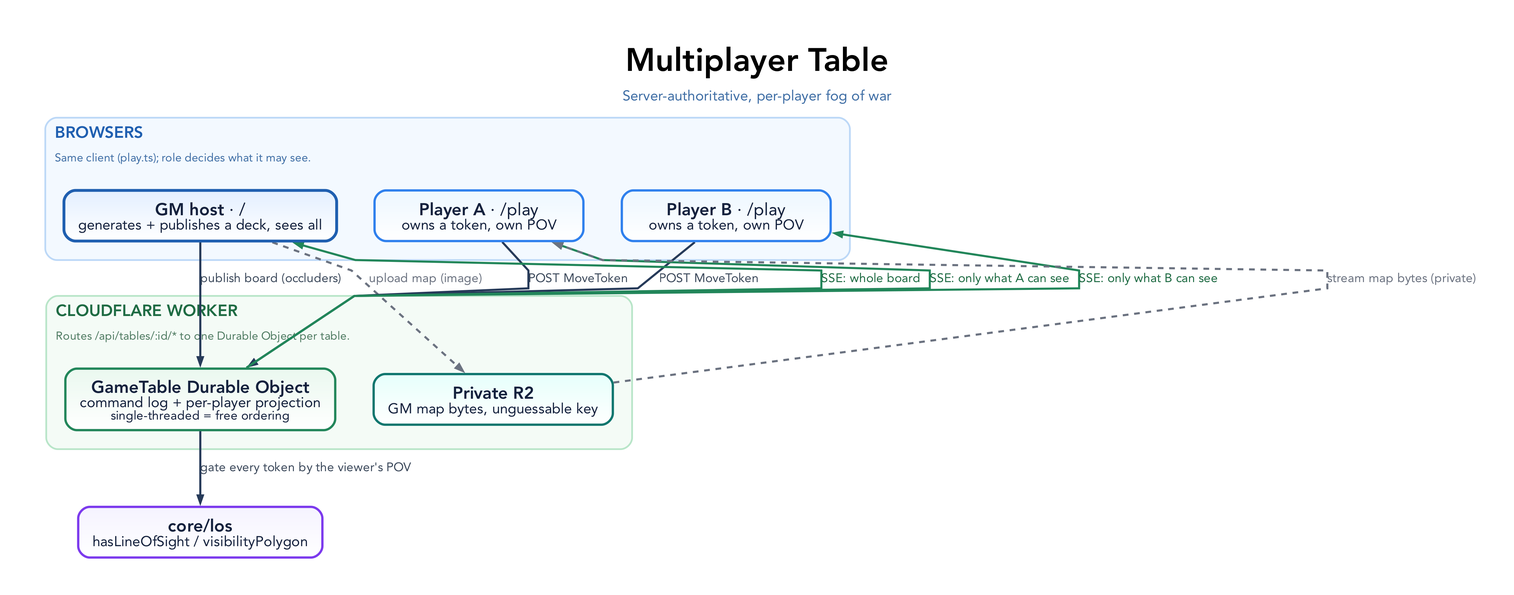
rgilks/line-of-sight keeps this Graphviz diagram as docs/diagrams/multiplayer-architecture.png. Above is the earlier version. Its source is kept beside it as docs/diagrams/multiplayer-architecture.dot. The source it was exported from:
```dot
digraph MultiplayerArchitecture {
  graph [
    rankdir=TB,
    bgcolor="#ffffff",
    pad="0.55",
    nodesep="0.55",
    ranksep="0.85",
    splines=polyline,
    outputorder=edgesfirst,
    compound=true,
    newrank=true,
    forcelabels=true,
    fontname="Avenir",
    label=<
      <TABLE BORDER="0" CELLBORDER="0" CELLSPACING="0" CELLPADDING="0">
        <TR><TD><FONT POINT-SIZE="34"><B>Multiplayer Table</B></FONT></TD></TR>
        <TR><TD><FONT POINT-SIZE="15" COLOR="#3f6ea5">Server-authoritative, per-player fog of war</FONT></TD></TR>
      </TABLE>
    >,
    labelloc=t,
    labeljust=c
  ];

  node [
    shape=box,
    style="rounded,filled",
    margin="0.21,0.13",
    width=3.05,
    height=0.74,
    fixedsize=false,
    fontname="Avenir",
    fontsize=18,
    penwidth=2.4,
    fontcolor="#14213d",
    color="#2264c7",
    fillcolor="#eaf3ff:#ffffff",
    gradientangle=270
  ];

  edge [
    color="#263a59",
    fontname="Avenir",
    fontsize=13,
    fontcolor="#3d4a5c",
    penwidth=2.2,
    arrowsize=0.78
  ];

  subgraph cluster_clients {
    graph [
      label=<
        <TABLE BORDER="0" CELLBORDER="0" CELLSPACING="0" CELLPADDING="2">
          <TR><TD ALIGN="LEFT"><FONT POINT-SIZE="17" COLOR="#1f5fb0"><B>BROWSERS</B></FONT></TD></TR>
          <TR><TD ALIGN="LEFT"><FONT POINT-SIZE="12" COLOR="#3f6ea5">Same client (play.ts); role decides what it may see.</FONT></TD></TR>
        </TABLE>
      >,
      labelloc=t,
      labeljust=l,
      color="#bcd8f7",
      fillcolor="#f3f9ff",
      style="rounded,filled",
      penwidth=1.8,
      margin=20
    ];

    HOST [label=<<B>GM host</B> · /<BR/><FONT POINT-SIZE="15">generates + publishes a deck, sees all</FONT>>, fillcolor="#e3efff:#ffffff", color="#1f5fb0", penwidth=3.0];
    P1 [label=<<B>Player A</B> · /play<BR/><FONT POINT-SIZE="15">owns a token, own POV</FONT>>, fillcolor="#edf7ff:#ffffff", color="#2f80ed"];
    P2 [label=<<B>Player B</B> · /play<BR/><FONT POINT-SIZE="15">owns a token, own POV</FONT>>, fillcolor="#edf7ff:#ffffff", color="#2f80ed"];
  }

  subgraph cluster_server {
    graph [
      label=<
        <TABLE BORDER="0" CELLBORDER="0" CELLSPACING="0" CELLPADDING="2">
          <TR><TD ALIGN="LEFT"><FONT POINT-SIZE="17" COLOR="#1e6b43"><B>CLOUDFLARE WORKER</B></FONT></TD></TR>
          <TR><TD ALIGN="LEFT"><FONT POINT-SIZE="12" COLOR="#4e7a61">Routes /api/tables/:id/* to one Durable Object per table.</FONT></TD></TR>
        </TABLE>
      >,
      labelloc=t,
      labeljust=l,
      color="#b8e5c8",
      fillcolor="#f4fbf6",
      style="rounded,filled",
      penwidth=1.8,
      margin=20
    ];

    DO [label=<<B>GameTable Durable Object</B><BR/><FONT POINT-SIZE="15">command log + per-player projection</FONT><BR/><FONT POINT-SIZE="13">single-threaded = free ordering</FONT>>, fillcolor="#eaf8ef:#ffffff", color="#22865a", width=3.6];
    R2 [label=<<B>Private R2</B><BR/><FONT POINT-SIZE="15">GM map bytes, unguessable key</FONT>>, fillcolor="#e6fffb:#ffffff", color="#0f766e"];
    {rank=same; DO; R2}
  }

  LOS [label=<<B>core/los</B><BR/><FONT POINT-SIZE="15">hasLineOfSight / visibilityPolygon</FONT>>, fillcolor="#f5f3ff:#ffffff", color="#7c3aed", width=3.4];

  HOST -> DO [label="publish board (occluders)"];
  DO -> LOS [label="gate every token by the viewer's POV"];

  HOST -> R2 [label="upload map (image)", style=dashed, color="#6b7280", fontcolor="#6b7280", constraint=false];
  P1 -> DO [label="POST MoveToken", constraint=false];
  P2 -> DO [label="POST MoveToken", constraint=false];

  DO -> HOST [label="SSE: whole board", color="#22865a", fontcolor="#1e6b43", constraint=false];
  DO -> P1 [label="SSE: only what A can see", color="#22865a", fontcolor="#1e6b43", constraint=false];
  DO -> P2 [label="SSE: only what B can see", color="#22865a", fontcolor="#1e6b43", constraint=false];

  R2 -> P1 [label="stream map bytes (private)", style=dashed, color="#6b7280", fontcolor="#6b7280", constraint=false];
}
```
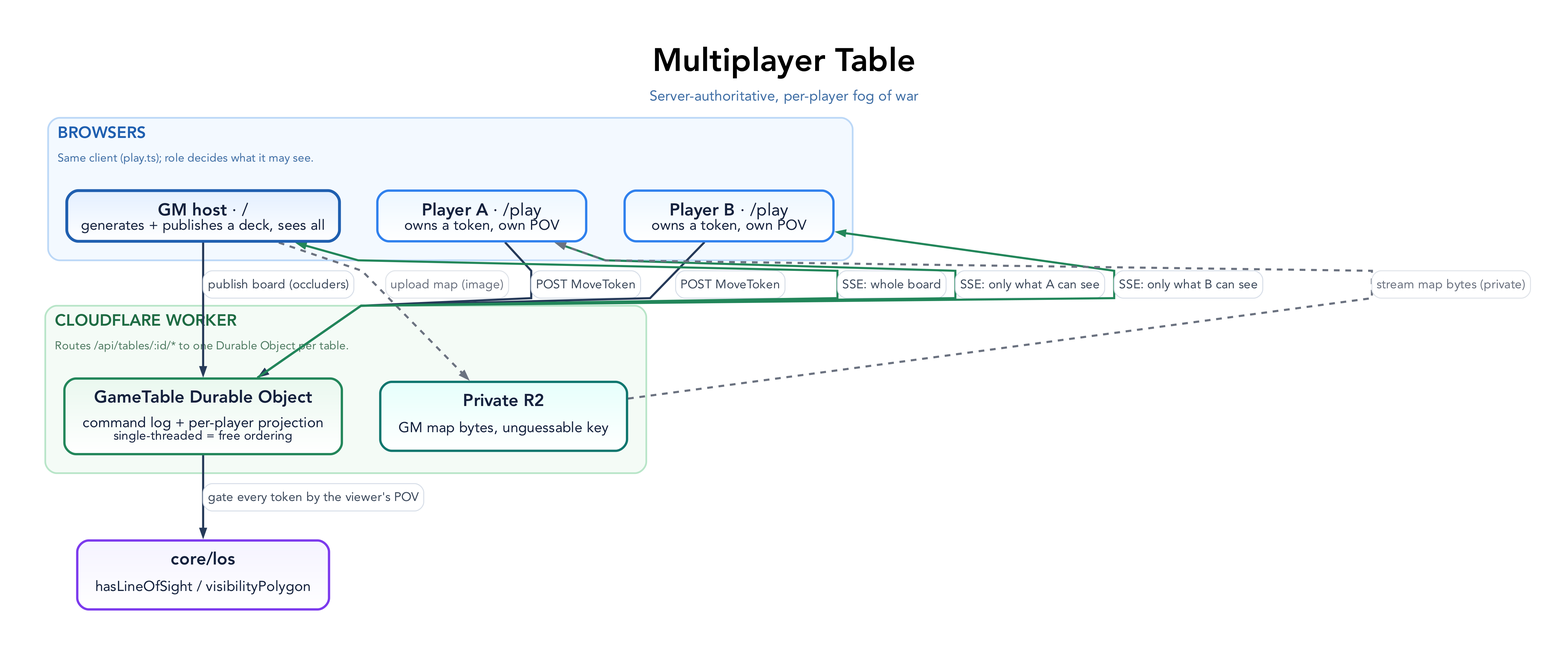
Above is the later version.

Diff of the diagram source:
```diff
@@ -85,23 +85,23 @@
       margin=20
     ];
 
-    DO [label=<<B>GameTable Durable Object</B><BR/><FONT POINT-SIZE="15">command log + per-player projection</FONT><BR/><FONT POINT-SIZE="13">single-threaded = free ordering</FONT>>, fillcolor="#eaf8ef:#ffffff", color="#22865a", width=3.6];
-    R2 [label=<<B>Private R2</B><BR/><FONT POINT-SIZE="15">GM map bytes, unguessable key</FONT>>, fillcolor="#e6fffb:#ffffff", color="#0f766e"];
+    DO [label=<<TABLE BORDER="0" CELLBORDER="0" CELLSPACING="0" CELLPADDING="0"><TR><TD><B>GameTable Durable Object</B></TD></TR><TR><TD CELLPADDING="4"><FONT POINT-SIZE="15">command log + per-player projection</FONT><BR/><FONT POINT-SIZE="13">single-threaded = free ordering</FONT></TD></TR></TABLE>>, fillcolor="#eaf8ef:#ffffff", color="#22865a", width=3.6];
+    R2 [label=<<TABLE BORDER="0" CELLBORDER="0" CELLSPACING="0" CELLPADDING="0"><TR><TD><B>Private R2</B></TD></TR><TR><TD CELLPADDING="4"><FONT POINT-SIZE="15">GM map bytes, unguessable key</FONT></TD></TR></TABLE>>, fillcolor="#e6fffb:#ffffff", color="#0f766e"];
     {rank=same; DO; R2}
   }
 
-  LOS [label=<<B>core/los</B><BR/><FONT POINT-SIZE="15">hasLineOfSight / visibilityPolygon</FONT>>, fillcolor="#f5f3ff:#ffffff", color="#7c3aed", width=3.4];
+  LOS [label=<<TABLE BORDER="0" CELLBORDER="0" CELLSPACING="0" CELLPADDING="0"><TR><TD><B>core/los</B></TD></TR><TR><TD CELLPADDING="4"><FONT POINT-SIZE="15">hasLineOfSight / visibilityPolygon</FONT></TD></TR></TABLE>>, fillcolor="#f5f3ff:#ffffff", color="#7c3aed", width=3.4];
 
-  HOST -> DO [label="publish board (occluders)"];
-  DO -> LOS [label="gate every token by the viewer's POV"];
+  HOST -> DO [label=<<TABLE BORDER="1" CELLBORDER="0" STYLE="ROUNDED" COLOR="#d7dee8" BGCOLOR="#ffffff" CELLSPACING="0" CELLPADDING="4"><TR><TD><FONT POINT-SIZE="13" COLOR="#3d4a5c">publish board (occluders)</FONT></TD></TR></TABLE>>];
+  DO -> LOS [label=<<TABLE BORDER="1" CELLBORDER="0" STYLE="ROUNDED" COLOR="#d7dee8" BGCOLOR="#ffffff" CELLSPACING="0" CELLPADDING="4"><TR><TD><FONT POINT-SIZE="13" COLOR="#3d4a5c">gate every token by the viewer's POV</FONT></TD></TR></TABLE>>];
 
-  HOST -> R2 [label="upload map (image)", style=dashed, color="#6b7280", fontcolor="#6b7280", constraint=false];
-  P1 -> DO [label="POST MoveToken", constraint=false];
-  P2 -> DO [label="POST MoveToken", constraint=false];
+  HOST -> R2 [label=<<TABLE BORDER="1" CELLBORDER="0" STYLE="ROUNDED" COLOR="#dfe3e9" BGCOLOR="#ffffff" CELLSPACING="0" CELLPADDING="4"><TR><TD><FONT POINT-SIZE="13" COLOR="#6b7280">upload map (image)</FONT></TD></TR></TABLE>>, style=dashed, color="#6b7280", fontcolor="#6b7280", constraint=false];
+  P1 -> DO [label=<<TABLE BORDER="1" CELLBORDER="0" STYLE="ROUNDED" COLOR="#d7dee8" BGCOLOR="#ffffff" CELLSPACING="0" CELLPADDING="4"><TR><TD><FONT POINT-SIZE="13" COLOR="#3d4a5c">POST MoveToken</FONT></TD></TR></TABLE>>, constraint=false];
+  P2 -> DO [label=<<TABLE BORDER="1" CELLBORDER="0" STYLE="ROUNDED" COLOR="#d7dee8" BGCOLOR="#ffffff" CELLSPACING="0" CELLPADDING="4"><TR><TD><FONT POINT-SIZE="13" COLOR="#3d4a5c">POST MoveToken</FONT></TD></TR></TABLE>>, constraint=false];
 
-  DO -> HOST [label="SSE: whole board", color="#22865a", fontcolor="#1e6b43", constraint=false];
-  DO -> P1 [label="SSE: only what A can see", color="#22865a", fontcolor="#1e6b43", constraint=false];
-  DO -> P2 [label="SSE: only what B can see", color="#22865a", fontcolor="#1e6b43", constraint=false];
+  DO -> HOST [label=<<TABLE BORDER="1" CELLBORDER="0" STYLE="ROUNDED" COLOR="#d7dee8" BGCOLOR="#ffffff" CELLSPACING="0" CELLPADDING="4"><TR><TD><FONT POINT-SIZE="13" COLOR="#3d4a5c">SSE: whole board</FONT></TD></TR></TABLE>>, color="#22865a", fontcolor="#1e6b43", constraint=false];
+  DO -> P1 [label=<<TABLE BORDER="1" CELLBORDER="0" STYLE="ROUNDED" COLOR="#d7dee8" BGCOLOR="#ffffff" CELLSPACING="0" CELLPADDING="4"><TR><TD><FONT POINT-SIZE="13" COLOR="#3d4a5c">SSE: only what A can see</FONT></TD></TR></TABLE>>, color="#22865a", fontcolor="#1e6b43", constraint=false];
+  DO -> P2 [label=<<TABLE BORDER="1" CELLBORDER="0" STYLE="ROUNDED" COLOR="#d7dee8" BGCOLOR="#ffffff" CELLSPACING="0" CELLPADDING="4"><TR><TD><FONT POINT-SIZE="13" COLOR="#3d4a5c">SSE: only what B can see</FONT></TD></TR></TABLE>>, color="#22865a", fontcolor="#1e6b43", constraint=false];
 
-  R2 -> P1 [label="stream map bytes (private)", style=dashed, color="#6b7280", fontcolor="#6b7280", constraint=false];
+  R2 -> P1 [label=<<TABLE BORDER="1" CELLBORDER="0" STYLE="ROUNDED" COLOR="#dfe3e9" BGCOLOR="#ffffff" CELLSPACING="0" CELLPADDING="4"><TR><TD><FONT POINT-SIZE="13" COLOR="#6b7280">stream map bytes (private)</FONT></TD></TR></TABLE>>, style=dashed, color="#6b7280", fontcolor="#6b7280", constraint=false];
 }
```
